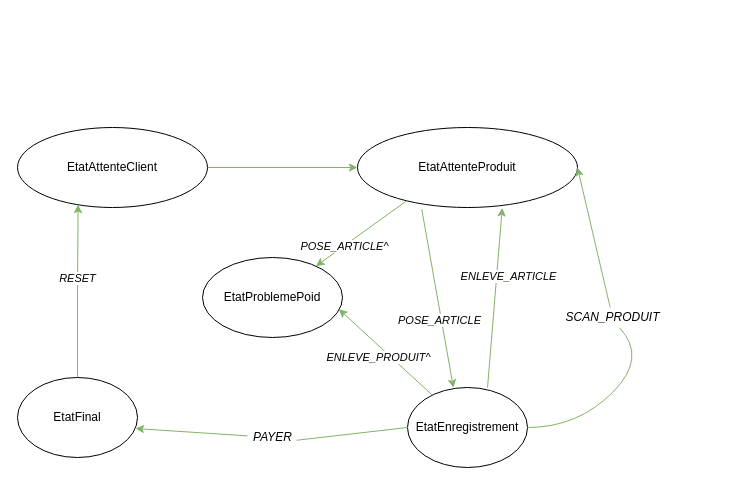
This is Automate Diagram.drawio from FlorianMarteau/CaisseAutomatique, a draw.io file, before an edit. Source tidied: cells renumbered, new cells numbered last; positions are measured from the earlier drawing's top-left corner, leaving out a move shared by most shapes. Both pictures are drawn from the tidied source at 100%, with x=0, y=0 at pixel (17, 127).
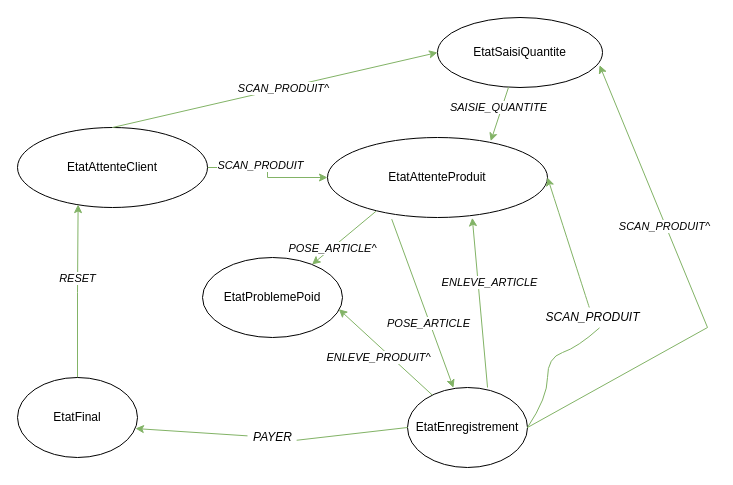
The same diagram, later.

Commit message:
Mettre à jour Automate Diagram.drawio

Unchanged cells that the change refers to:
```xml
<mxCell id="2" style="edgeStyle=orthogonalEdgeStyle;rounded=0;jettySize=auto;html=1;exitX=1;exitY=0.5;exitDx=0;exitDy=0;fillColor=#d5e8d4;strokeColor=#82b366;" parent="1" edge="1" source="3" target="4">
  <mxGeometry relative="1" as="geometry" />
</mxCell>
<mxCell id="3" value="EtatAttenteClient" style="ellipse;whiteSpace=wrap;html=1;" parent="1" vertex="1">
  <mxGeometry width="190" height="80" as="geometry" />
</mxCell>
<mxCell id="5" value="EtatEnregistrement" style="ellipse;whiteSpace=wrap;html=1;" parent="1" vertex="1">
  <mxGeometry x="390" y="260" width="120" height="80" as="geometry" />
</mxCell>
```

The edit, as a diff of the source:
```diff
@@
+    <mxCell id="24" value="&lt;i&gt;SCAN_PRODUIT&lt;/i&gt;" style="edgeLabel;html=1;align=center;verticalAlign=middle;" parent="2" vertex="1">
+      <mxGeometry x="-0.2" y="3" relative="1" as="geometry" />
+    </mxCell>
@@
     <mxCell id="4" value="EtatAttenteProduit" style="ellipse;whiteSpace=wrap;html=1;" parent="1" vertex="1">
-      <mxGeometry x="340" width="220" height="80" as="geometry" />
+      <mxGeometry x="310" y="10" width="220" height="80" as="geometry" />
     </mxCell>
@@
     <mxCell id="14" value="&lt;span&gt;SCAN_PRODUIT&lt;/span&gt;" style="text;html=1;align=center;verticalAlign=middle;points=[];strokeColor=none;fillColor=none;fontStyle=2;" parent="1" vertex="1">
-      <mxGeometry x="540" y="180" width="110" height="20" as="geometry" />
+      <mxGeometry x="520" y="180" width="110" height="20" as="geometry" />
     </mxCell>
     <mxCell id="15" style="curved=1;endArrow=none;html=1;rounded=0;entryX=0.564;entryY=1.017;entryDx=0;entryDy=0;entryPerimeter=0;fillColor=#d5e8d4;strokeColor=#82b366;" parent="1" edge="1" target="14">
       <mxGeometry relative="1" as="geometry">
         <mxPoint x="510" y="300" as="sourcePoint" />
         <Array as="points">
-          <mxPoint x="560" y="300" />
-          <mxPoint x="630" y="230" />
+          <mxPoint x="530" y="270" />
+          <mxPoint x="530" y="230" />
+          <mxPoint x="560" y="220" />
         </Array>
       </mxGeometry>
     </mxCell>
@@
+    <mxCell id="25" value="EtatSaisiQuantite" style="ellipse;whiteSpace=wrap;html=1;" parent="1" vertex="1">
+      <mxGeometry x="420" y="-110" width="165" height="70" as="geometry" />
+    </mxCell>
+    <mxCell id="26" style="endArrow=classic;html=1;rounded=0;entryX=0;entryY=0.5;entryDx=0;entryDy=0;exitX=0.5;exitY=0;exitDx=0;exitDy=0;fillColor=#d5e8d4;strokeColor=#82b366;" parent="1" edge="1" source="3" target="25">
+      <mxGeometry relative="1" as="geometry" />
+    </mxCell>
+    <mxCell id="27" value="&lt;i&gt;SCAN_PRODUIT^&lt;br&gt;&lt;/i&gt;" style="edgeLabel;html=1;align=center;verticalAlign=middle;" parent="26" vertex="1">
+      <mxGeometry x="0.05" relative="1" as="geometry" />
+    </mxCell>
+    <mxCell id="28" style="endArrow=classic;html=1;rounded=0;entryX=0.982;entryY=0.681;entryDx=0;entryDy=0;entryPerimeter=0;exitX=1;exitY=0.5;exitDx=0;exitDy=0;fillColor=#d5e8d4;strokeColor=#82b366;" parent="1" edge="1" source="5" target="25">
+      <mxGeometry relative="1" as="geometry">
+        <Array as="points">
+          <mxPoint x="690" y="200" />
+        </Array>
+      </mxGeometry>
+    </mxCell>
+    <mxCell id="29" value="&lt;i&gt;SCAN_PRODUIT^&lt;br&gt;&lt;/i&gt;" style="edgeLabel;html=1;align=center;verticalAlign=middle;" parent="28" vertex="1">
+      <mxGeometry x="0.29" y="2" relative="1" as="geometry" />
+    </mxCell>
+    <mxCell id="30" style="endArrow=classic;html=1;rounded=0;entryX=0.742;entryY=0.046;entryDx=0;entryDy=0;entryPerimeter=0;fillColor=#d5e8d4;strokeColor=#82b366;" parent="1" edge="1" source="25" target="4">
+      <mxGeometry relative="1" as="geometry" />
+    </mxCell>
+    <mxCell id="31" value="&lt;i&gt;SAISIE_QUANTITE&lt;/i&gt;" style="edgeLabel;html=1;align=center;verticalAlign=middle;" parent="30" vertex="1">
+      <mxGeometry x="-0.42" y="1" relative="1" as="geometry">
+        <mxPoint x="-7" y="4" as="offset" />
+      </mxGeometry>
+    </mxCell>
```
